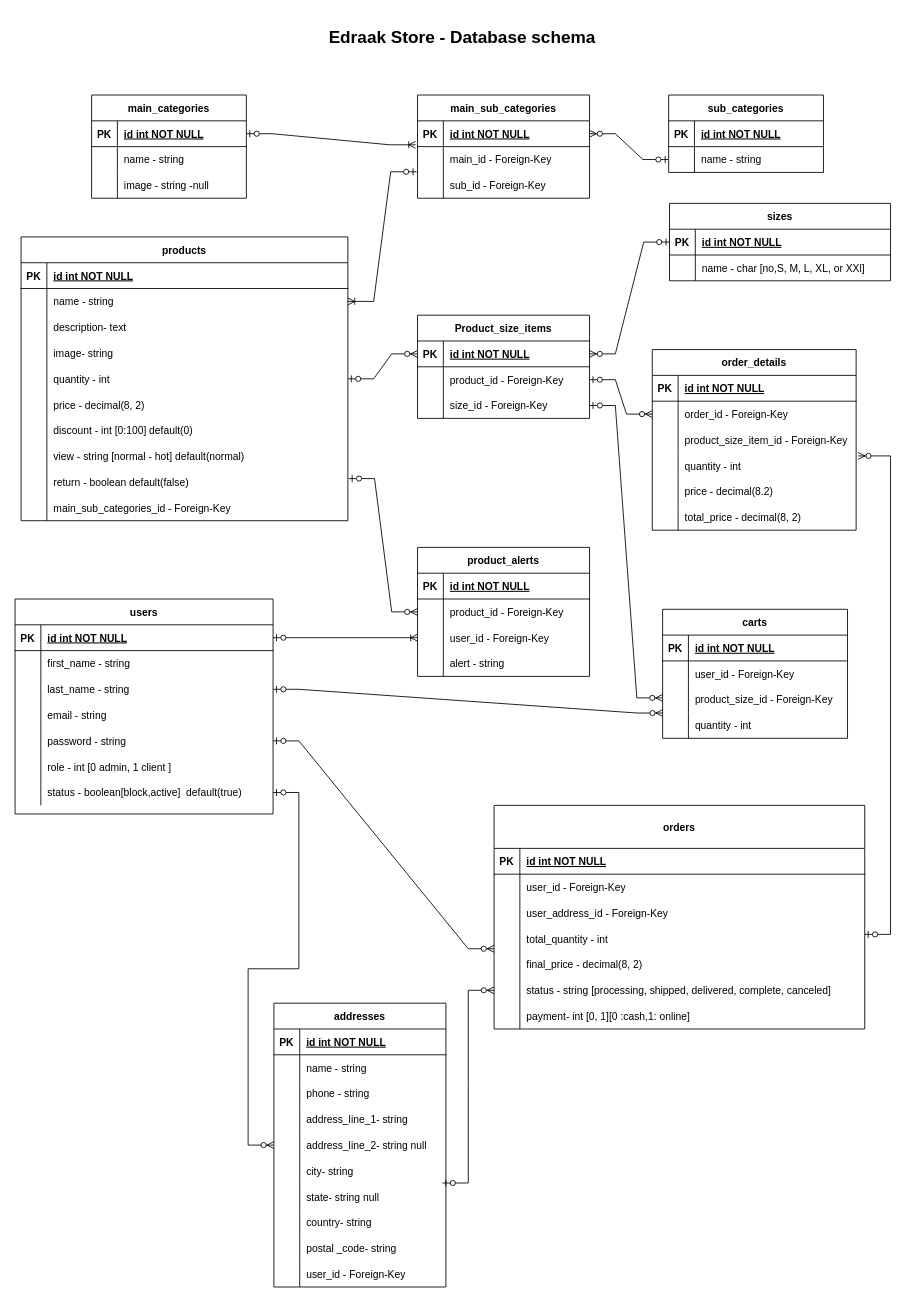
Above: project_design/db_schema/edraake_store.drawio in NadiaSalah/Edraak-Store (draw.io), before the change. Source tidied: cells renumbered, new cells numbered last; positions are measured from the earlier drawing's top-left corner, leaving out a move shared by most shapes. Both pictures are drawn from the tidied source at 86%, with x=0, y=0 at pixel (15, 28).
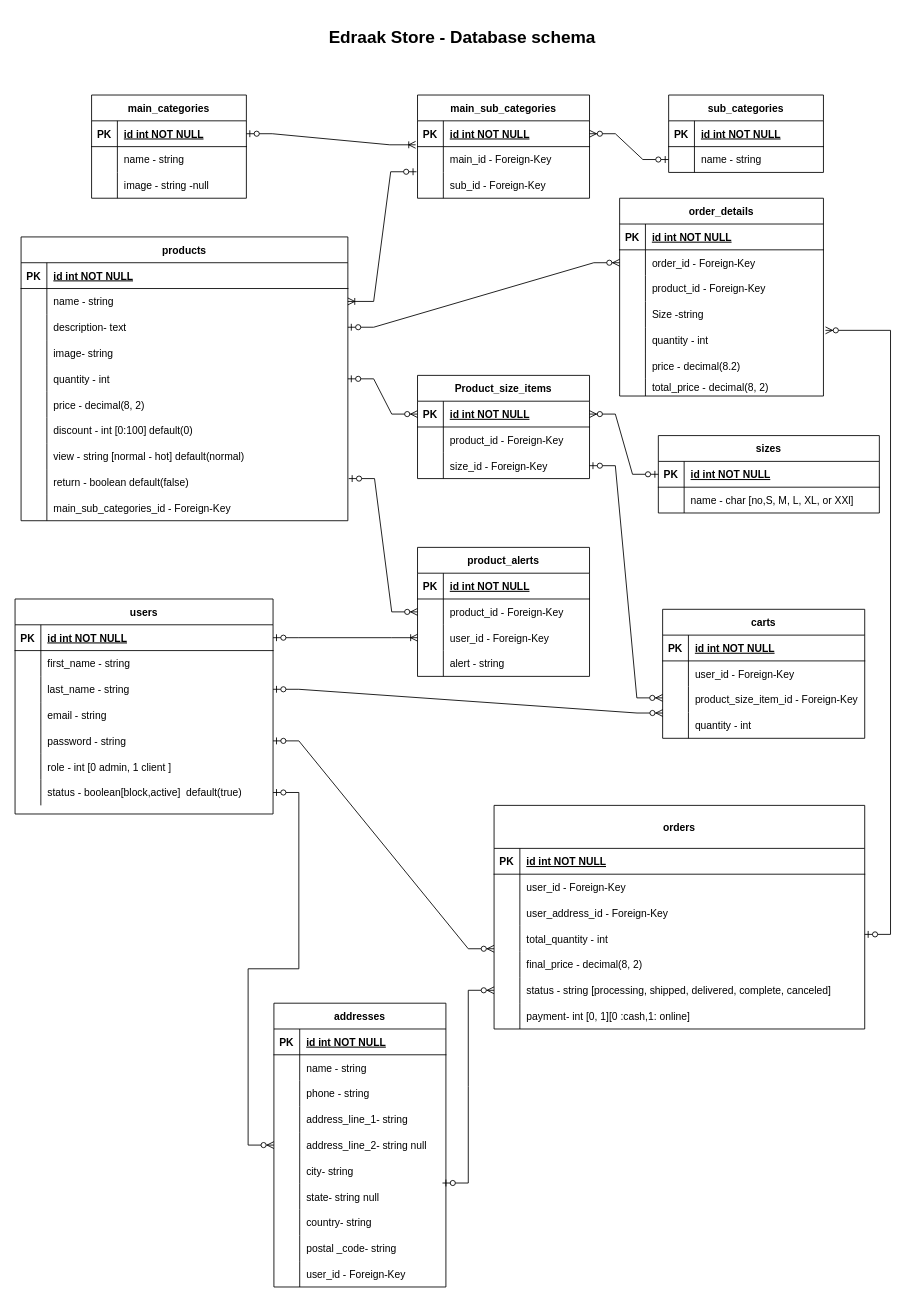
The same diagram, later.

Unchanged cells that the change refers to:
```xml
<mxCell id="37" style="shape=partialRectangle;fillColor=none;points=[[0,0.5],[1,0.5]];portConstraint=eastwest;top=0;left=0;right=0;bottom=0;" parent="30" vertex="1">
  <mxGeometry y="90" width="380" height="30" as="geometry" />
</mxCell>
<mxCell id="72" style="shape=partialRectangle;fillColor=none;points=[[0,0.5],[1,0.5]];portConstraint=eastwest;top=0;left=0;right=0;bottom=0;" parent="68" vertex="1">
  <mxGeometry y="60" width="200" height="30" as="geometry" />
</mxCell>
<mxCell id="135" style="shape=partialRectangle;fillColor=none;points=[[0,0.5],[1,0.5]];portConstraint=eastwest;top=0;left=0;right=0;bottom=0;" parent="131" vertex="1">
  <mxGeometry y="60" width="237" height="30" as="geometry" />
</mxCell>
<mxCell id="138" style="shape=partialRectangle;fillColor=none;top=0;left=0;right=0;bottom=0;" parent="131" vertex="1">
  <mxGeometry y="90" width="237" height="30" as="geometry" />
</mxCell>
```

Diff of the diagram source:
```diff
@@
     <mxCell id="61" value="sizes" style="shape=table;startSize=30;childLayout=tableLayout;rowLines=0;fontStyle=1;align=center;" parent="1" vertex="1">
-      <mxGeometry x="761" y="204" width="257" height="90" as="geometry" />
+      <mxGeometry x="748" y="474" width="257" height="90" as="geometry" />
     </mxCell>
@@
     <mxCell id="68" value="Product_size_items" style="shape=table;startSize=30;childLayout=tableLayout;rowLines=0;fontStyle=1;align=center;" parent="1" vertex="1">
-      <mxGeometry x="468" y="334" width="200" height="120" as="geometry" />
+      <mxGeometry x="468" y="404" width="200" height="120" as="geometry" />
     </mxCell>
@@
     <mxCell id="131" value="order_details" style="shape=table;startSize=30;childLayout=tableLayout;rowLines=0;fontStyle=1;align=center;" parent="1" vertex="1">
-      <mxGeometry x="741" y="374" width="237" height="210" as="geometry" />
+      <mxGeometry x="703" y="198" width="237" height="230" as="geometry" />
     </mxCell>
@@
-    <mxCell id="140" value="product_size_item_id - Foreign-Key" style="shape=partialRectangle;overflow=hidden;fillColor=none;top=0;left=0;bottom=0;right=0;align=left;spacingLeft=6;" parent="138" vertex="1">
+    <mxCell id="140" value="product_id - Foreign-Key" style="shape=partialRectangle;overflow=hidden;fillColor=none;top=0;left=0;bottom=0;right=0;align=left;spacingLeft=6;" parent="138" vertex="1">
       <mxGeometry x="30" width="207" height="30" as="geometry" />
     </mxCell>
+    <mxCell id="212" style="shape=partialRectangle;fillColor=none;top=0;left=0;right=0;bottom=0;" parent="131" vertex="1">
+      <mxGeometry y="120" width="237" height="30" as="geometry" />
+    </mxCell>
+    <mxCell id="213" style="shape=partialRectangle;overflow=hidden;fillColor=none;top=0;left=0;bottom=0;right=0;" parent="212" vertex="1">
+      <mxGeometry width="30" height="30" as="geometry" />
+    </mxCell>
+    <mxCell id="214" value="Size -string" style="shape=partialRectangle;overflow=hidden;fillColor=none;top=0;left=0;bottom=0;right=0;align=left;spacingLeft=6;" parent="212" vertex="1">
+      <mxGeometry x="30" width="207" height="30" as="geometry" />
+    </mxCell>
     <mxCell id="141" style="shape=partialRectangle;fillColor=none;points=[[0,0.5],[1,0.5]];portConstraint=eastwest;top=0;left=0;right=0;bottom=0;" parent="131" vertex="1">
-      <mxGeometry y="120" width="237" height="30" as="geometry" />
+      <mxGeometry y="150" width="237" height="30" as="geometry" />
     </mxCell>
@@
     <mxCell id="144" style="shape=partialRectangle;fillColor=none;top=0;left=0;right=0;bottom=0;" parent="131" vertex="1">
-      <mxGeometry y="150" width="237" height="30" as="geometry" />
+      <mxGeometry y="180" width="237" height="30" as="geometry" />
     </mxCell>
@@
     <mxCell id="147" style="shape=partialRectangle;fillColor=none;top=0;left=0;right=0;bottom=0;" parent="131" vertex="1">
-      <mxGeometry y="180" width="237" height="30" as="geometry" />
+      <mxGeometry y="210" width="237" height="20" as="geometry" />
     </mxCell>
     <mxCell id="148" style="shape=partialRectangle;overflow=hidden;fillColor=none;top=0;left=0;bottom=0;right=0;" parent="147" vertex="1">
-      <mxGeometry width="30" height="30" as="geometry" />
+      <mxGeometry width="30" height="20" as="geometry" />
     </mxCell>
     <mxCell id="149" value="total_price - decimal(8, 2)" style="shape=partialRectangle;overflow=hidden;fillColor=none;top=0;left=0;bottom=0;right=0;align=left;spacingLeft=6;" parent="147" vertex="1">
-      <mxGeometry x="30" width="207" height="30" as="geometry" />
+      <mxGeometry x="30" width="207" height="20" as="geometry" />
     </mxCell>
@@
-    <mxCell id="180" style="edgeStyle=entityRelationEdgeStyle;fontSize=12;html=1;endArrow=ERzeroToMany;startArrow=ERzeroToOne;rounded=0;entryX=0;entryY=0.5;entryDx=0;entryDy=0;exitX=1;exitY=0.5;exitDx=0;exitDy=0;" parent="1" edge="1" source="72" target="135">
+    <mxCell id="180" style="edgeStyle=entityRelationEdgeStyle;fontSize=12;html=1;endArrow=ERzeroToMany;startArrow=ERzeroToOne;rounded=0;entryX=0;entryY=0.5;entryDx=0;entryDy=0;exitX=1;exitY=0.5;exitDx=0;exitDy=0;" parent="1" edge="1" source="37" target="135">
       <mxGeometry relative="1" as="geometry" />
     </mxCell>
@@
     <mxCell id="195" value="carts" style="shape=table;startSize=30;childLayout=tableLayout;rowLines=0;fontStyle=1;align=center;" parent="1" vertex="1">
-      <mxGeometry x="753" y="676" width="215" height="150" as="geometry" />
+      <mxGeometry x="753" y="676" width="235" height="150" as="geometry" />
     </mxCell>
     <mxCell id="196" style="shape=partialRectangle;fillColor=none;top=0;left=0;right=0;bottom=1;" parent="195" vertex="1">
-      <mxGeometry y="30" width="215" height="30" as="geometry" />
+      <mxGeometry y="30" width="235" height="30" as="geometry" />
     </mxCell>
@@
     <mxCell id="198" value="id int NOT NULL " style="shape=partialRectangle;overflow=hidden;fillColor=none;top=0;left=0;bottom=0;right=0;align=left;spacingLeft=6;fontStyle=5;" parent="196" vertex="1">
-      <mxGeometry x="30" width="185" height="30" as="geometry" />
+      <mxGeometry x="30" width="205" height="30" as="geometry" />
     </mxCell>
     <mxCell id="199" style="shape=partialRectangle;fillColor=none;top=0;left=0;right=0;bottom=0;" parent="195" vertex="1">
-      <mxGeometry y="60" width="215" height="30" as="geometry" />
+      <mxGeometry y="60" width="235" height="30" as="geometry" />
     </mxCell>
@@
     <mxCell id="201" value="user_id - Foreign-Key" style="shape=partialRectangle;overflow=hidden;fillColor=none;top=0;left=0;bottom=0;right=0;align=left;spacingLeft=6;" parent="199" vertex="1">
-      <mxGeometry x="30" width="185" height="30" as="geometry" />
+      <mxGeometry x="30" width="205" height="30" as="geometry" />
     </mxCell>
     <mxCell id="202" style="shape=partialRectangle;fillColor=none;top=0;left=0;right=0;bottom=0;" parent="195" vertex="1">
-      <mxGeometry y="90" width="215" height="30" as="geometry" />
+      <mxGeometry y="90" width="235" height="30" as="geometry" />
     </mxCell>
@@
-    <mxCell id="204" value="product_size_id - Foreign-Key" style="shape=partialRectangle;overflow=hidden;fillColor=none;top=0;left=0;bottom=0;right=0;align=left;spacingLeft=6;" parent="202" vertex="1">
-      <mxGeometry x="30" width="185" height="30" as="geometry" />
+    <mxCell id="204" value="product_size_item_id - Foreign-Key" style="shape=partialRectangle;overflow=hidden;fillColor=none;top=0;left=0;bottom=0;right=0;align=left;spacingLeft=6;" parent="202" vertex="1">
+      <mxGeometry x="30" width="205" height="30" as="geometry" />
     </mxCell>
     <mxCell id="205" style="shape=partialRectangle;fillColor=none;top=0;left=0;right=0;bottom=0;" parent="195" vertex="1">
-      <mxGeometry y="120" width="215" height="30" as="geometry" />
+      <mxGeometry y="120" width="235" height="30" as="geometry" />
     </mxCell>
@@
     <mxCell id="207" value="quantity - int" style="shape=partialRectangle;overflow=hidden;fillColor=none;top=0;left=0;bottom=0;right=0;align=left;spacingLeft=6;" parent="205" vertex="1">
-      <mxGeometry x="30" width="185" height="30" as="geometry" />
+      <mxGeometry x="30" width="205" height="30" as="geometry" />
     </mxCell>
```
